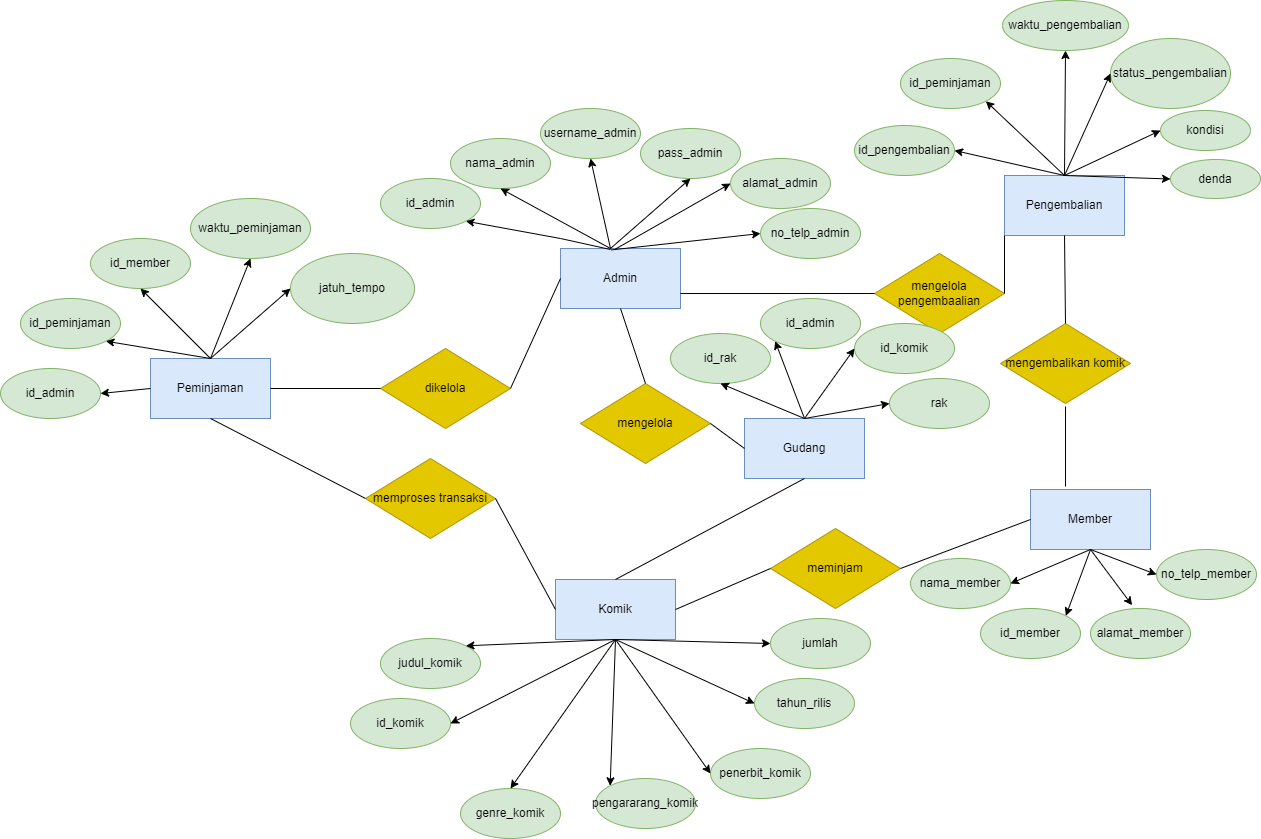
Above: Pertemuan 2/Diagram ERD.drawio.png in Naufalzaki05/IF214002 (draw.io), before the change. Source tidied: cells renumbered, new cells last; positions are measured from the earlier drawing's top-left corner, leaving out a move shared by most shapes.
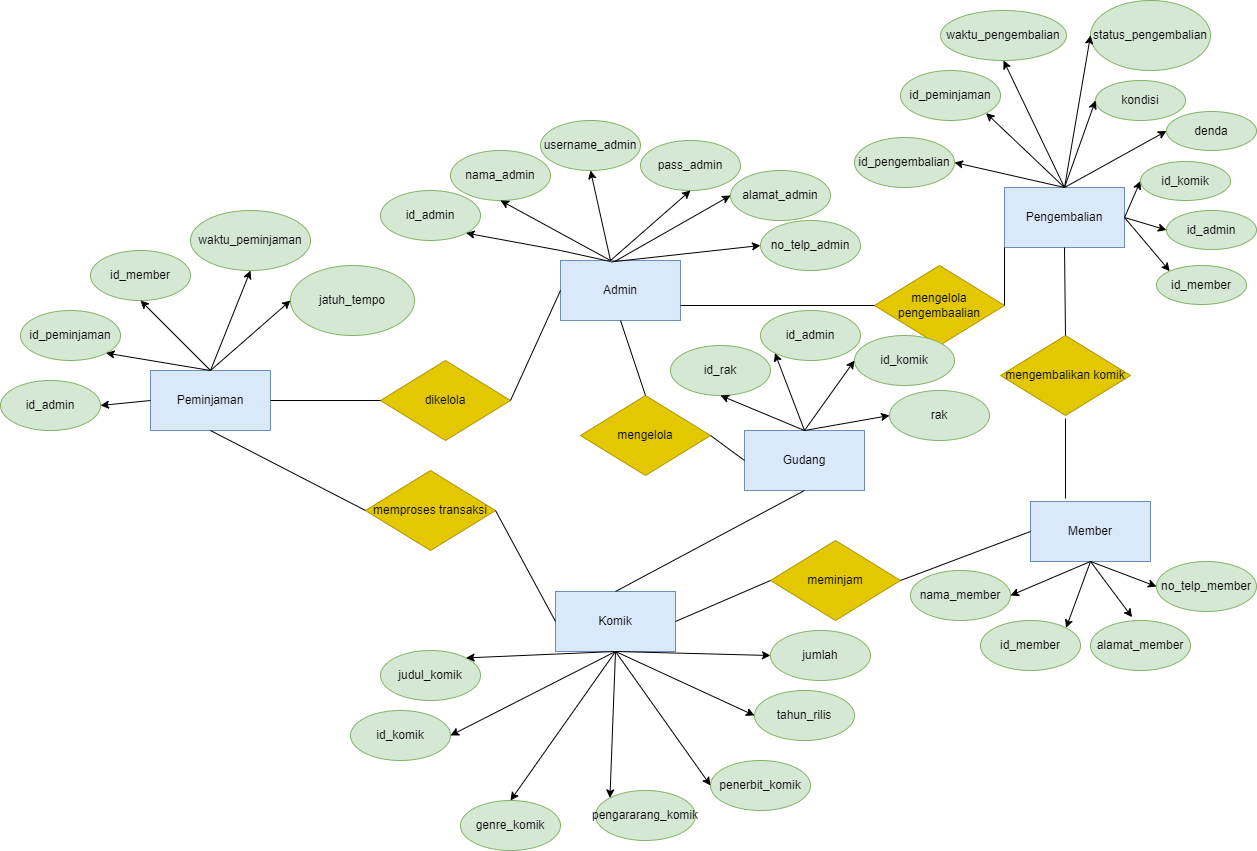
The same file after the commit.

Change to the diagram source:
```diff
@@ -174,10 +174,10 @@
       <mxGeometry x="1004" y="175" width="120" height="60" as="geometry" />
     </mxCell>
     <mxCell id="55" value="status_pengembalian" style="ellipse;whiteSpace=wrap;html=1;fillColor=#d5e8d4;strokeColor=#82b366;" parent="1" vertex="1">
-      <mxGeometry x="1110" y="38" width="120" height="70" as="geometry" />
+      <mxGeometry x="1090" y="-12" width="120" height="70" as="geometry" />
     </mxCell>
     <mxCell id="56" value="waktu_pengembalian" style="ellipse;whiteSpace=wrap;html=1;fillColor=#d5e8d4;strokeColor=#82b366;" parent="1" vertex="1">
-      <mxGeometry x="1002" width="126" height="50" as="geometry" />
+      <mxGeometry x="940" y="-2" width="126" height="50" as="geometry" />
     </mxCell>
     <mxCell id="57" value="id_peminjaman" style="ellipse;whiteSpace=wrap;html=1;fillColor=#d5e8d4;strokeColor=#82b366;" parent="1" vertex="1">
       <mxGeometry x="900" y="58" width="100" height="50" as="geometry" />
@@ -261,10 +261,10 @@
       <mxGeometry relative="1" as="geometry" />
     </mxCell>
     <mxCell id="83" value="kondisi" style="ellipse;whiteSpace=wrap;html=1;fillColor=#d5e8d4;strokeColor=#82b366;" parent="1" vertex="1">
-      <mxGeometry x="1160" y="110" width="90" height="40" as="geometry" />
+      <mxGeometry x="1095" y="68" width="90" height="40" as="geometry" />
     </mxCell>
     <mxCell id="84" value="denda" style="ellipse;whiteSpace=wrap;html=1;fillColor=#d5e8d4;strokeColor=#82b366;" parent="1" vertex="1">
-      <mxGeometry x="1170" y="159" width="90" height="39" as="geometry" />
+      <mxGeometry x="1166" y="99" width="90" height="39" as="geometry" />
     </mxCell>
     <mxCell id="85" style="endArrow=classic;html=1;rounded=0;exitX=0.5;exitY=0;exitDx=0;exitDy=0;entryX=0;entryY=0.5;entryDx=0;entryDy=0;" parent="1" edge="1" source="54" target="83">
       <mxGeometry relative="1" as="geometry" />
@@ -284,5 +284,23 @@
     <mxCell id="90" value="rak" style="ellipse;whiteSpace=wrap;html=1;fillColor=#d5e8d4;strokeColor=#82b366;" parent="1" vertex="1">
       <mxGeometry x="889" y="378" width="100" height="50" as="geometry" />
     </mxCell>
+    <mxCell id="91" style="endArrow=classic;html=1;rounded=0;exitX=1;exitY=0.5;exitDx=0;exitDy=0;entryX=0;entryY=0.5;entryDx=0;entryDy=0;" parent="1" edge="1" source="54" target="92">
+      <mxGeometry relative="1" as="geometry" />
+    </mxCell>
+    <mxCell id="92" value="id_komik" style="ellipse;whiteSpace=wrap;html=1;fillColor=#d5e8d4;strokeColor=#82b366;" parent="1" vertex="1">
+      <mxGeometry x="1140" y="149" width="90" height="39" as="geometry" />
+    </mxCell>
+    <mxCell id="93" value="id_admin" style="ellipse;whiteSpace=wrap;html=1;fillColor=#d5e8d4;strokeColor=#82b366;" parent="1" vertex="1">
+      <mxGeometry x="1166" y="198" width="90" height="39" as="geometry" />
+    </mxCell>
+    <mxCell id="94" style="endArrow=classic;html=1;rounded=0;exitX=1;exitY=0.5;exitDx=0;exitDy=0;entryX=0;entryY=0.5;entryDx=0;entryDy=0;" parent="1" edge="1" source="54" target="93">
+      <mxGeometry relative="1" as="geometry" />
+    </mxCell>
+    <mxCell id="95" style="endArrow=classic;html=1;rounded=0;exitX=1;exitY=0.5;exitDx=0;exitDy=0;entryX=0;entryY=0;entryDx=0;entryDy=0;" parent="1" edge="1" source="54" target="96">
+      <mxGeometry relative="1" as="geometry" />
+    </mxCell>
+    <mxCell id="96" value="id_member" style="ellipse;whiteSpace=wrap;html=1;fillColor=#d5e8d4;strokeColor=#82b366;" parent="1" vertex="1">
+      <mxGeometry x="1156" y="253" width="90" height="39" as="geometry" />
+    </mxCell>
   </root>
 </mxGraphModel>
```
